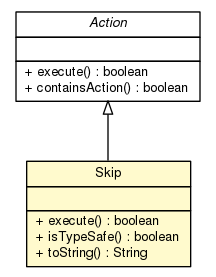
Above: doc/model/programs/parsing/language/statement/action/Skip.png in sinopeus/asteroids (Graphviz), before the change. Its source is kept beside it as doc/model/programs/parsing/language/statement/action/Skip.dot. Source of this version:
```dot

digraph G {
	edge [fontname="Helvetica",fontsize=10,labelfontname="Helvetica",labelfontsize=10];
	node [fontname="Helvetica",fontsize=10,shape=plaintext];
	nodesep=0.25;
	ranksep=0.5;
	c15764 [label=<<table title="model.programs.parsing.language.statement.action.Action" border="0" cellborder="1" cellspacing="0" cellpadding="2" port="p" href="./Action.html">
		<tr><td><table border="0" cellspacing="0" cellpadding="1">
<tr><td align="center" balign="center"><font face="Helvetica-Oblique"> Action </font></td></tr>
		</table></td></tr>
		<tr><td><table border="0" cellspacing="0" cellpadding="1">
<tr><td align="left" balign="left">  </td></tr>
		</table></td></tr>
		<tr><td><table border="0" cellspacing="0" cellpadding="1">
<tr><td align="left" balign="left"> + execute() : boolean </td></tr>
<tr><td align="left" balign="left"> + containsAction() : boolean </td></tr>
		</table></td></tr>
		</table>>, URL="./Action.html", fontname="Helvetica", fontcolor="black", fontsize=10.0];
	c15767 [label=<<table title="model.programs.parsing.language.statement.action.Skip" border="0" cellborder="1" cellspacing="0" cellpadding="2" port="p" bgcolor="lemonChiffon" href="./Skip.html">
		<tr><td><table border="0" cellspacing="0" cellpadding="1">
<tr><td align="center" balign="center"> Skip </td></tr>
		</table></td></tr>
		<tr><td><table border="0" cellspacing="0" cellpadding="1">
<tr><td align="left" balign="left">  </td></tr>
		</table></td></tr>
		<tr><td><table border="0" cellspacing="0" cellpadding="1">
<tr><td align="left" balign="left"> + execute() : boolean </td></tr>
<tr><td align="left" balign="left"> + isTypeSafe() : boolean </td></tr>
<tr><td align="left" balign="left"> + toString() : String </td></tr>
		</table></td></tr>
		</table>>, URL="./Skip.html", fontname="Helvetica", fontcolor="black", fontsize=10.0];
	c15764:p -> c15767:p [dir=back,arrowtail=empty];
}
```
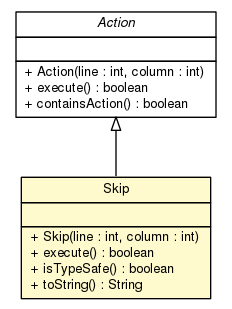
Later version of the same file.

What changed in the source:
```diff
@@ -4,7 +4,7 @@
 	node [fontname="Helvetica",fontsize=10,shape=plaintext];
 	nodesep=0.25;
 	ranksep=0.5;
-	c15764 [label=<<table title="model.programs.parsing.language.statement.action.Action" border="0" cellborder="1" cellspacing="0" cellpadding="2" port="p" href="./Action.html">
+	c15818 [label=<<table title="model.programs.parsing.language.statement.action.Action" border="0" cellborder="1" cellspacing="0" cellpadding="2" port="p" href="./Action.html">
 		<tr><td><table border="0" cellspacing="0" cellpadding="1">
 <tr><td align="center" balign="center"><font face="Helvetica-Oblique"> Action </font></td></tr>
 		</table></td></tr>
@@ -12,11 +12,12 @@
 <tr><td align="left" balign="left">  </td></tr>
 		</table></td></tr>
 		<tr><td><table border="0" cellspacing="0" cellpadding="1">
+<tr><td align="left" balign="left"> + Action(line : int, column : int) </td></tr>
 <tr><td align="left" balign="left"> + execute() : boolean </td></tr>
 <tr><td align="left" balign="left"> + containsAction() : boolean </td></tr>
 		</table></td></tr>
 		</table>>, URL="./Action.html", fontname="Helvetica", fontcolor="black", fontsize=10.0];
-	c15767 [label=<<table title="model.programs.parsing.language.statement.action.Skip" border="0" cellborder="1" cellspacing="0" cellpadding="2" port="p" bgcolor="lemonChiffon" href="./Skip.html">
+	c15821 [label=<<table title="model.programs.parsing.language.statement.action.Skip" border="0" cellborder="1" cellspacing="0" cellpadding="2" port="p" bgcolor="lemonChiffon" href="./Skip.html">
 		<tr><td><table border="0" cellspacing="0" cellpadding="1">
 <tr><td align="center" balign="center"> Skip </td></tr>
 		</table></td></tr>
@@ -24,10 +25,11 @@
 <tr><td align="left" balign="left">  </td></tr>
 		</table></td></tr>
 		<tr><td><table border="0" cellspacing="0" cellpadding="1">
+<tr><td align="left" balign="left"> + Skip(line : int, column : int) </td></tr>
 <tr><td align="left" balign="left"> + execute() : boolean </td></tr>
 <tr><td align="left" balign="left"> + isTypeSafe() : boolean </td></tr>
 <tr><td align="left" balign="left"> + toString() : String </td></tr>
 		</table></td></tr>
 		</table>>, URL="./Skip.html", fontname="Helvetica", fontcolor="black", fontsize=10.0];
-	c15764:p -> c15767:p [dir=back,arrowtail=empty];
+	c15818:p -> c15821:p [dir=back,arrowtail=empty];
 }
```
